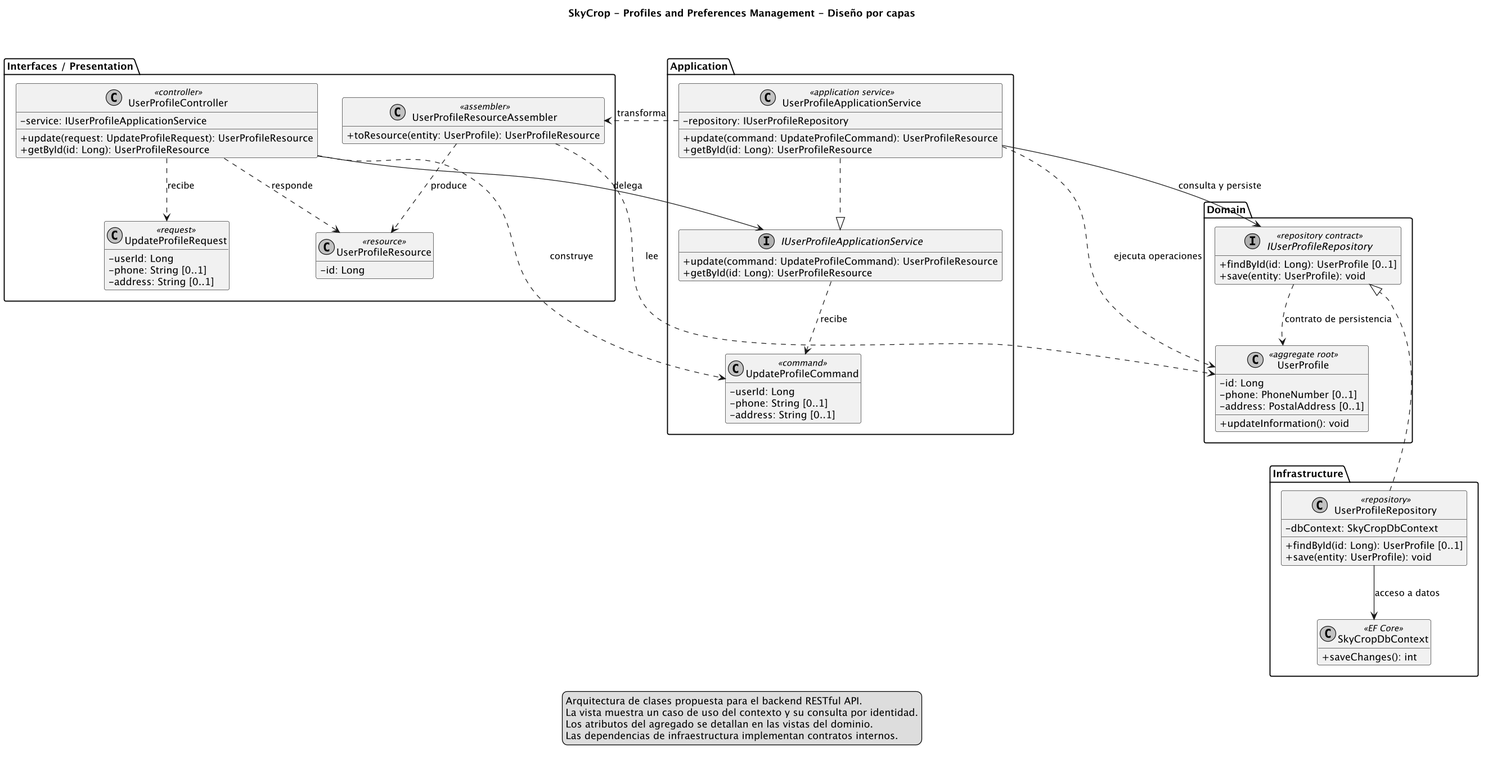
Before: resources/imgs/Diagrams/layers/profiles-layered-classes.png, a diagram exported from PlantUML (upc-GreenTech/skycrop-report).
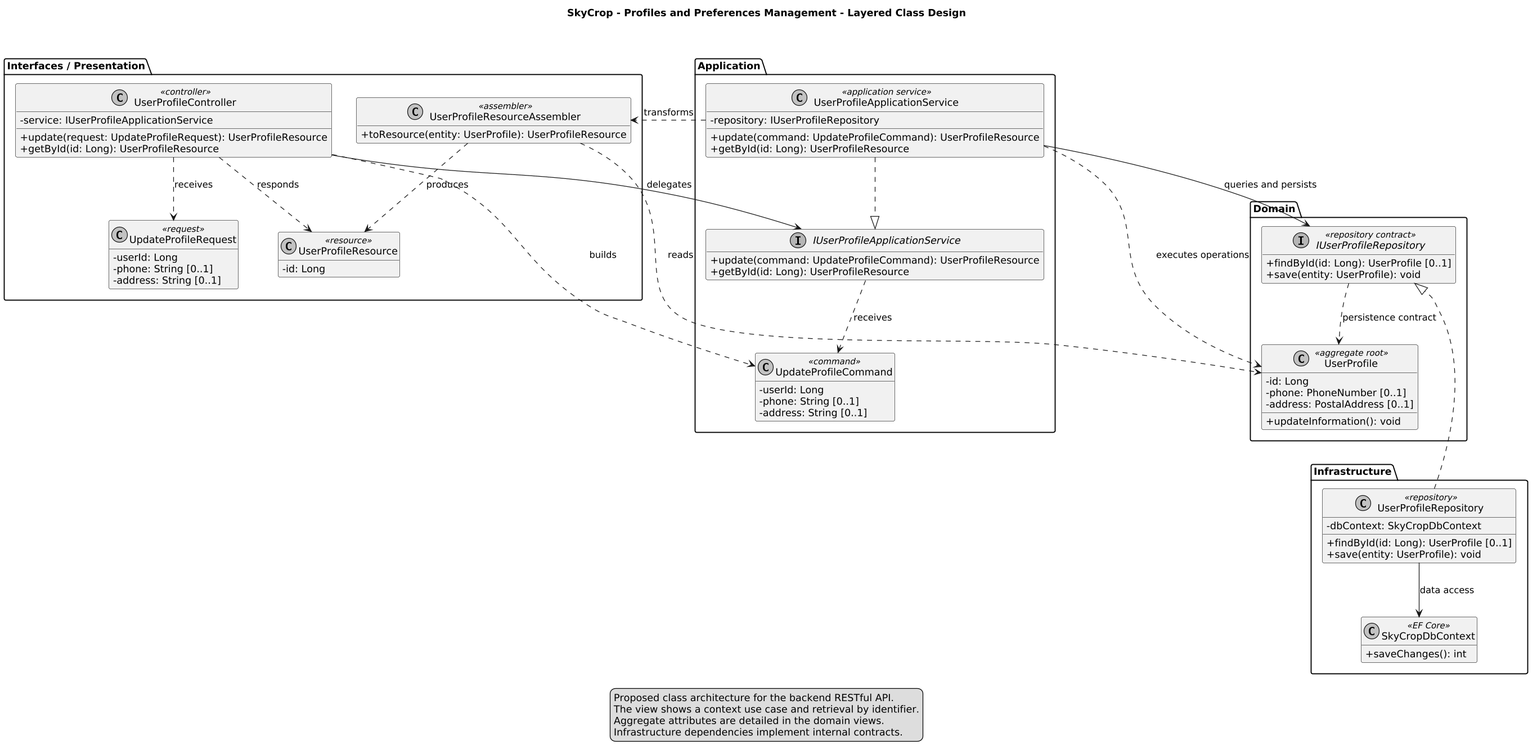
Later version of the same file.

Commit message:
feature: translate remaining class diagrams into English and prevent image clipping

The edit, as a diff of the source:
```diff
@@ -3,9 +3,10 @@
 skinparam shadowing false
 skinparam classAttributeIconSize 0
 skinparam dpi 120
+scale max 2800 width
 hide empty members
 top to bottom direction
-title SkyCrop - Profiles and Preferences Management - Diseño por capas
+title SkyCrop - Profiles and Preferences Management - Layered Class Design
 package "Interfaces / Presentation" {
 class UserProfileController <<controller>> {
 -service: IUserProfileApplicationService
@@ -62,27 +63,27 @@
 +saveChanges(): int
 }
 }
-UserProfileController --> IUserProfileApplicationService : delega
-UserProfileController ..> UpdateProfileRequest : recibe
-UserProfileController ..> UpdateProfileCommand : construye
-UserProfileController ..> UserProfileResource : responde
+UserProfileController --> IUserProfileApplicationService : delegates
+UserProfileController ..> UpdateProfileRequest : receives
+UserProfileController ..> UpdateProfileCommand : builds
+UserProfileController ..> UserProfileResource : responds
 UserProfileApplicationService ..|> IUserProfileApplicationService
-IUserProfileApplicationService ..> UpdateProfileCommand : recibe
-UserProfileApplicationService --> IUserProfileRepository : consulta y persiste
-UserProfileApplicationService ..> UserProfile : ejecuta operaciones
-UserProfileApplicationService ..> UserProfileResourceAssembler : transforma
-UserProfileResourceAssembler ..> UserProfile : lee
-UserProfileResourceAssembler ..> UserProfileResource : produce
+IUserProfileApplicationService ..> UpdateProfileCommand : receives
+UserProfileApplicationService --> IUserProfileRepository : queries and persists
+UserProfileApplicationService ..> UserProfile : executes operations
+UserProfileApplicationService ..> UserProfileResourceAssembler : transforms
+UserProfileResourceAssembler ..> UserProfile : reads
+UserProfileResourceAssembler ..> UserProfileResource : produces
 UserProfileRepository ..|> IUserProfileRepository
-IUserProfileRepository ..> UserProfile : contrato de persistencia
-UserProfileRepository --> SkyCropDbContext : acceso a datos
+IUserProfileRepository ..> UserProfile : persistence contract
+UserProfileRepository --> SkyCropDbContext : data access
 UserProfileController -[hidden]down-> UserProfileApplicationService
 UserProfileApplicationService -[hidden]down-> UserProfile
 UserProfile -[hidden]down-> UserProfileRepository
 legend bottom
-Arquitectura de clases propuesta para el backend RESTful API.
-La vista muestra un caso de uso del contexto y su consulta por identidad.
-Los atributos del agregado se detallan en las vistas del dominio.
-Las dependencias de infraestructura implementan contratos internos.
+Proposed class architecture for the backend RESTful API.
+The view shows a context use case and retrieval by identifier.
+Aggregate attributes are detailed in the domain views.
+Infrastructure dependencies implement internal contracts.
 endlegend
 @enduml
```
